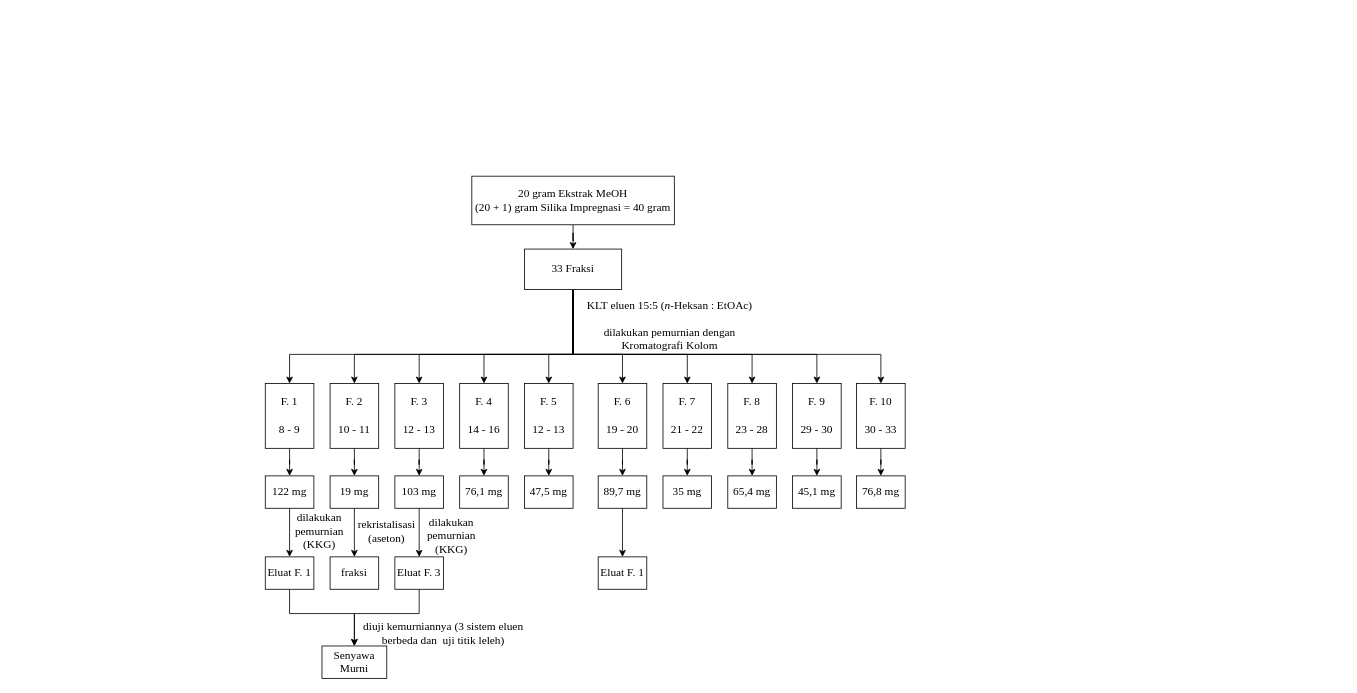
Before: debta.drawio in joeinus134131/OnlineDiagramProject, a draw.io diagram. Source tidied: cells renumbered, new cells numbered last; positions are measured from the earlier drawing's top-left corner, leaving out a move shared by most shapes. Both pictures are drawn from the tidied source at 81%, with x=0, y=0 at pixel (265, 176).
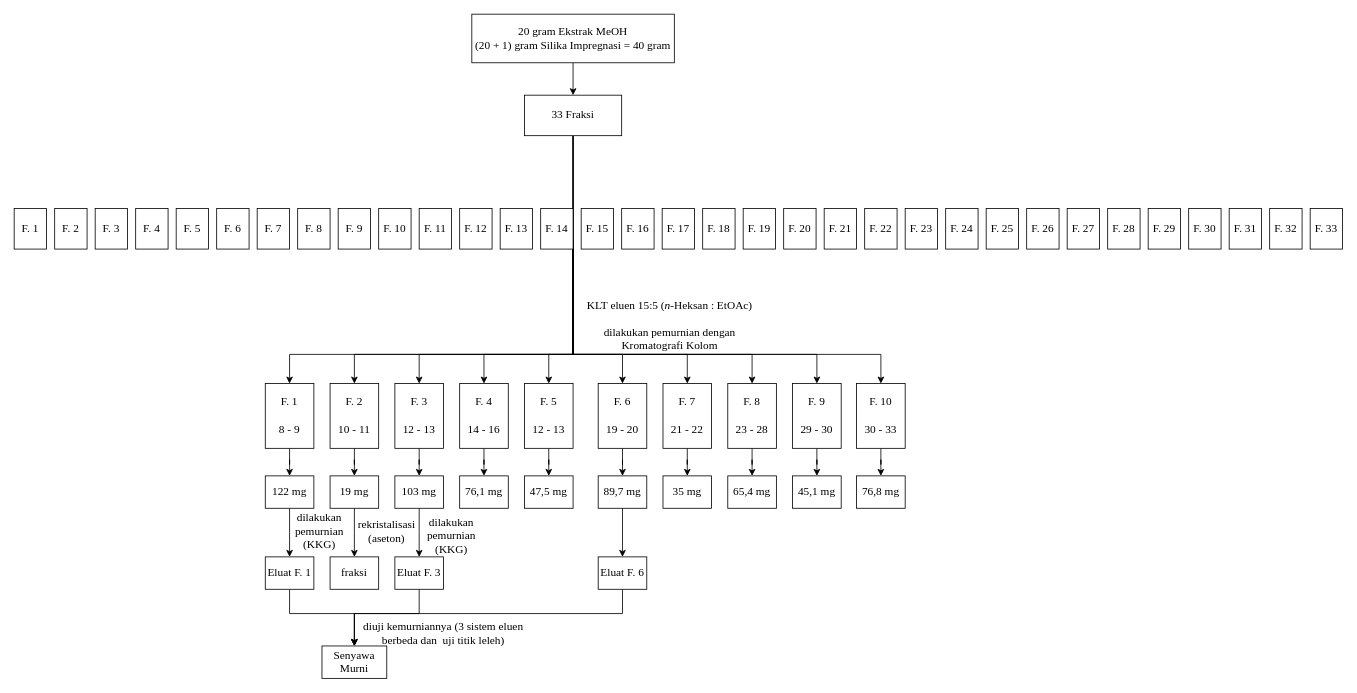
Above is the later version.

The change refers to these unchanged cells:
```xml
<mxCell id="17" value="F. 1&lt;br style=&quot;font-size: 14px&quot;&gt;&lt;br style=&quot;font-size: 14px&quot;&gt;8 - 9" style="rounded=0;whiteSpace=wrap;html=1;fontFamily=Times New Roman;fontSize=14;" parent="1" vertex="1">
  <mxGeometry y="256" width="60" height="80" as="geometry" />
</mxCell>
<mxCell id="23" value="F. 6&lt;br style=&quot;font-size: 14px&quot;&gt;&lt;br style=&quot;font-size: 14px&quot;&gt;19 - 20" style="rounded=0;whiteSpace=wrap;html=1;fontFamily=Times New Roman;fontSize=14;" parent="1" vertex="1">
  <mxGeometry x="411" y="256" width="60" height="80" as="geometry" />
</mxCell>
<mxCell id="25" value="F. 7&lt;br style=&quot;font-size: 14px&quot;&gt;&lt;br style=&quot;font-size: 14px&quot;&gt;21 - 22" style="rounded=0;whiteSpace=wrap;html=1;fontFamily=Times New Roman;fontSize=14;" parent="1" vertex="1">
  <mxGeometry x="491" y="256" width="60" height="80" as="geometry" />
</mxCell>
<mxCell id="27" value="F. 8&lt;br style=&quot;font-size: 14px&quot;&gt;&lt;br style=&quot;font-size: 14px&quot;&gt;23 - 28" style="rounded=0;whiteSpace=wrap;html=1;fontFamily=Times New Roman;fontSize=14;" parent="1" vertex="1">
  <mxGeometry x="571" y="256" width="60" height="80" as="geometry" />
</mxCell>
<mxCell id="29" value="F. 9&lt;br style=&quot;font-size: 14px&quot;&gt;&lt;br style=&quot;font-size: 14px&quot;&gt;29 - 30" style="rounded=0;whiteSpace=wrap;html=1;fontFamily=Times New Roman;fontSize=14;" parent="1" vertex="1">
  <mxGeometry x="651" y="256" width="60" height="80" as="geometry" />
</mxCell>
<mxCell id="31" value="F. 10&lt;br style=&quot;font-size: 14px&quot;&gt;&lt;br style=&quot;font-size: 14px&quot;&gt;30 - 33" style="rounded=0;whiteSpace=wrap;html=1;fontFamily=Times New Roman;fontSize=14;" parent="1" vertex="1">
  <mxGeometry x="730" y="256" width="60" height="80" as="geometry" />
</mxCell>
```

What changed in the source:
```diff
@@
     <mxCell id="3" value="20 gram Ekstrak MeOH&lt;br style=&quot;font-size: 14px&quot;&gt;(20 + 1) gram Silika Impregnasi = 40 gram" style="rounded=0;whiteSpace=wrap;html=1;fontFamily=Times New Roman;fontSize=14;" parent="1" vertex="1">
-      <mxGeometry x="255" width="250" height="60" as="geometry" />
+      <mxGeometry x="255" y="-200" width="250" height="60" as="geometry" />
     </mxCell>
@@
-    <mxCell id="8" style="edgeStyle=orthogonalEdgeStyle;rounded=0;jettySize=auto;html=1;entryX=0.5;entryY=0;entryDx=0;entryDy=0;fontFamily=Times New Roman;fontSize=14;" parent="1" edge="1" source="14" target="17">
+    <mxCell id="8" style="edgeStyle=orthogonalEdgeStyle;rounded=0;jettySize=auto;html=1;entryX=0.5;entryY=0;entryDx=0;entryDy=0;fontFamily=Times New Roman;fontSize=14;" parent="1" edge="1" target="17">
       <mxGeometry relative="1" as="geometry">
+        <mxPoint x="380" y="80" as="sourcePoint" />
         <Array as="points">
           <mxPoint x="380" y="220" />
           <mxPoint x="30" y="220" />
         </Array>
       </mxGeometry>
     </mxCell>
-    <mxCell id="9" style="edgeStyle=orthogonalEdgeStyle;rounded=0;jettySize=auto;html=1;entryX=0.5;entryY=0;entryDx=0;entryDy=0;fontFamily=Times New Roman;fontSize=14;" parent="1" edge="1" source="14" target="23">
+    <mxCell id="9" style="edgeStyle=orthogonalEdgeStyle;rounded=0;jettySize=auto;html=1;entryX=0.5;entryY=0;entryDx=0;entryDy=0;fontFamily=Times New Roman;fontSize=14;" parent="1" edge="1" target="23">
       <mxGeometry relative="1" as="geometry">
+        <mxPoint x="380" y="80" as="sourcePoint" />
         <Array as="points">
           <mxPoint x="380" y="220" />
           <mxPoint x="441" y="220" />
         </Array>
       </mxGeometry>
     </mxCell>
-    <mxCell id="10" style="edgeStyle=orthogonalEdgeStyle;rounded=0;jettySize=auto;html=1;fontFamily=Times New Roman;fontSize=14;" parent="1" edge="1" source="14" target="25">
+    <mxCell id="10" style="edgeStyle=orthogonalEdgeStyle;rounded=0;jettySize=auto;html=1;fontFamily=Times New Roman;fontSize=14;" parent="1" edge="1" target="25">
       <mxGeometry relative="1" as="geometry">
+        <mxPoint x="380" y="80" as="sourcePoint" />
         <Array as="points">
           <mxPoint x="380" y="220" />
           <mxPoint x="521" y="220" />
         </Array>
       </mxGeometry>
     </mxCell>
-    <mxCell id="11" style="edgeStyle=orthogonalEdgeStyle;rounded=0;jettySize=auto;html=1;fontFamily=Times New Roman;fontSize=14;" parent="1" edge="1" source="14" target="27">
+    <mxCell id="11" style="edgeStyle=orthogonalEdgeStyle;rounded=0;jettySize=auto;html=1;fontFamily=Times New Roman;fontSize=14;" parent="1" edge="1" target="27">
       <mxGeometry relative="1" as="geometry">
+        <mxPoint x="380" y="90" as="sourcePoint" />
         <Array as="points">
           <mxPoint x="380" y="220" />
           <mxPoint x="601" y="220" />
         </Array>
       </mxGeometry>
     </mxCell>
-    <mxCell id="12" style="edgeStyle=orthogonalEdgeStyle;rounded=0;jettySize=auto;html=1;fontFamily=Times New Roman;fontSize=14;" parent="1" edge="1" source="14" target="29">
+    <mxCell id="12" style="edgeStyle=orthogonalEdgeStyle;rounded=0;jettySize=auto;html=1;fontFamily=Times New Roman;fontSize=14;" parent="1" edge="1" target="29">
       <mxGeometry relative="1" as="geometry">
+        <mxPoint x="380" y="90" as="sourcePoint" />
         <Array as="points">
           <mxPoint x="380" y="220" />
           <mxPoint x="681" y="220" />
         </Array>
       </mxGeometry>
     </mxCell>
-    <mxCell id="13" style="edgeStyle=orthogonalEdgeStyle;rounded=0;jettySize=auto;html=1;entryX=0.5;entryY=0;entryDx=0;entryDy=0;fontFamily=Times New Roman;fontSize=14;" parent="1" edge="1" source="14" target="31">
+    <mxCell id="13" style="edgeStyle=orthogonalEdgeStyle;rounded=0;jettySize=auto;html=1;entryX=0.5;entryY=0;entryDx=0;entryDy=0;fontFamily=Times New Roman;fontSize=14;" parent="1" edge="1" target="31">
       <mxGeometry relative="1" as="geometry">
+        <mxPoint x="380" y="130" as="sourcePoint" />
         <Array as="points">
           <mxPoint x="380" y="220" />
           <mxPoint x="760" y="220" />
         </Array>
       </mxGeometry>
     </mxCell>
     <mxCell id="14" value="33 Fraksi" style="rounded=0;whiteSpace=wrap;html=1;fontFamily=Times New Roman;fontSize=14;" parent="1" vertex="1">
-      <mxGeometry x="320" y="90" width="120" height="50" as="geometry" />
+      <mxGeometry x="320" y="-100" width="120" height="50" as="geometry" />
     </mxCell>
@@
+    <mxCell id="61" style="edgeStyle=orthogonalEdgeStyle;rounded=0;jettySize=auto;html=1;" parent="1" edge="1" source="60">
+      <mxGeometry relative="1" as="geometry">
+        <mxPoint x="110" y="580" as="targetPoint" />
+        <Array as="points">
+          <mxPoint x="441" y="540" />
+          <mxPoint x="110" y="540" />
+        </Array>
+      </mxGeometry>
+    </mxCell>
-    <mxCell id="60" value="Eluat F. 1" style="rounded=0;whiteSpace=wrap;html=1;fontFamily=Times New Roman;fontSize=14;" parent="1" vertex="1">
+    <mxCell id="60" value="Eluat F. 6" style="rounded=0;whiteSpace=wrap;html=1;fontFamily=Times New Roman;fontSize=14;" parent="1" vertex="1">
       <mxGeometry x="411" y="470" width="60" height="40" as="geometry" />
     </mxCell>
+    <mxCell id="62" value="F. 11" style="rounded=0;whiteSpace=wrap;html=1;fontFamily=Times New Roman;fontSize=14;" parent="1" vertex="1">
+      <mxGeometry x="190" y="40" width="40" height="50" as="geometry" />
+    </mxCell>
+    <mxCell id="63" value="F. 12" style="rounded=0;whiteSpace=wrap;html=1;fontFamily=Times New Roman;fontSize=14;" parent="1" vertex="1">
+      <mxGeometry x="240" y="40" width="40" height="50" as="geometry" />
+    </mxCell>
+    <mxCell id="64" value="F. 5" style="rounded=0;whiteSpace=wrap;html=1;fontFamily=Times New Roman;fontSize=14;" parent="1" vertex="1">
+      <mxGeometry x="-110" y="40" width="40" height="50" as="geometry" />
+    </mxCell>
+    <mxCell id="65" value="F. 6" style="rounded=0;whiteSpace=wrap;html=1;fontFamily=Times New Roman;fontSize=14;" parent="1" vertex="1">
+      <mxGeometry x="-60" y="40" width="40" height="50" as="geometry" />
+    </mxCell>
+    <mxCell id="66" value="F. 7" style="rounded=0;whiteSpace=wrap;html=1;fontFamily=Times New Roman;fontSize=14;" parent="1" vertex="1">
+      <mxGeometry x="-10" y="40" width="40" height="50" as="geometry" />
+    </mxCell>
+    <mxCell id="67" value="F. 8" style="rounded=0;whiteSpace=wrap;html=1;fontFamily=Times New Roman;fontSize=14;" parent="1" vertex="1">
+      <mxGeometry x="40" y="40" width="40" height="50" as="geometry" />
+    </mxCell>
+    <mxCell id="68" value="F. 9" style="rounded=0;whiteSpace=wrap;html=1;fontFamily=Times New Roman;fontSize=14;" parent="1" vertex="1">
+      <mxGeometry x="90" y="40" width="40" height="50" as="geometry" />
+    </mxCell>
+    <mxCell id="69" value="F. 10" style="rounded=0;whiteSpace=wrap;html=1;fontFamily=Times New Roman;fontSize=14;" parent="1" vertex="1">
+      <mxGeometry x="140" y="40" width="40" height="50" as="geometry" />
+    </mxCell>
+    <mxCell id="70" value="F. 13" style="rounded=0;whiteSpace=wrap;html=1;fontFamily=Times New Roman;fontSize=14;" parent="1" vertex="1">
+      <mxGeometry x="290" y="40" width="40" height="50" as="geometry" />
+    </mxCell>
+    <mxCell id="71" value="F. 4" style="rounded=0;whiteSpace=wrap;html=1;fontFamily=Times New Roman;fontSize=14;" parent="1" vertex="1">
+      <mxGeometry x="-160" y="40" width="40" height="50" as="geometry" />
+    </mxCell>
+    <mxCell id="72" value="F. 21" style="rounded=0;whiteSpace=wrap;html=1;fontFamily=Times New Roman;fontSize=14;" parent="1" vertex="1">
+      <mxGeometry x="690" y="40" width="40" height="50" as="geometry" />
+    </mxCell>
+    <mxCell id="73" value="F. 22" style="rounded=0;whiteSpace=wrap;html=1;fontFamily=Times New Roman;fontSize=14;" parent="1" vertex="1">
+      <mxGeometry x="740" y="40" width="40" height="50" as="geometry" />
+    </mxCell>
+    <mxCell id="74" value="F. 15" style="rounded=0;whiteSpace=wrap;html=1;fontFamily=Times New Roman;fontSize=14;" parent="1" vertex="1">
+      <mxGeometry x="390" y="40" width="40" height="50" as="geometry" />
+    </mxCell>
+    <mxCell id="75" value="F. 16" style="rounded=0;whiteSpace=wrap;html=1;fontFamily=Times New Roman;fontSize=14;" parent="1" vertex="1">
+      <mxGeometry x="440" y="40" width="40" height="50" as="geometry" />
+    </mxCell>
+    <mxCell id="76" value="F. 17" style="rounded=0;whiteSpace=wrap;html=1;fontFamily=Times New Roman;fontSize=14;" parent="1" vertex="1">
+      <mxGeometry x="490" y="40" width="40" height="50" as="geometry" />
+    </mxCell>
+    <mxCell id="77" value="F. 18" style="rounded=0;whiteSpace=wrap;html=1;fontFamily=Times New Roman;fontSize=14;" parent="1" vertex="1">
+      <mxGeometry x="540" y="40" width="40" height="50" as="geometry" />
+    </mxCell>
+    <mxCell id="78" value="F. 19" style="rounded=0;whiteSpace=wrap;html=1;fontFamily=Times New Roman;fontSize=14;" parent="1" vertex="1">
+      <mxGeometry x="590" y="40" width="40" height="50" as="geometry" />
+    </mxCell>
+    <mxCell id="79" value="F. 20" style="rounded=0;whiteSpace=wrap;html=1;fontFamily=Times New Roman;fontSize=14;" parent="1" vertex="1">
+      <mxGeometry x="640" y="40" width="40" height="50" as="geometry" />
+    </mxCell>
+    <mxCell id="80" value="F. 23" style="rounded=0;whiteSpace=wrap;html=1;fontFamily=Times New Roman;fontSize=14;" parent="1" vertex="1">
+      <mxGeometry x="790" y="40" width="40" height="50" as="geometry" />
+    </mxCell>
+    <mxCell id="81" value="F. 14" style="rounded=0;whiteSpace=wrap;html=1;fontFamily=Times New Roman;fontSize=14;" parent="1" vertex="1">
+      <mxGeometry x="340" y="40" width="40" height="50" as="geometry" />
+    </mxCell>
+    <mxCell id="82" value="F. 31" style="rounded=0;whiteSpace=wrap;html=1;fontFamily=Times New Roman;fontSize=14;" parent="1" vertex="1">
+      <mxGeometry x="1190" y="40" width="40" height="50" as="geometry" />
+    </mxCell>
+    <mxCell id="83" value="F. 32" style="rounded=0;whiteSpace=wrap;html=1;fontFamily=Times New Roman;fontSize=14;" parent="1" vertex="1">
+      <mxGeometry x="1240" y="40" width="40" height="50" as="geometry" />
+    </mxCell>
+    <mxCell id="84" value="F. 25" style="rounded=0;whiteSpace=wrap;html=1;fontFamily=Times New Roman;fontSize=14;" parent="1" vertex="1">
+      <mxGeometry x="890" y="40" width="40" height="50" as="geometry" />
+    </mxCell>
+    <mxCell id="85" value="F. 26" style="rounded=0;whiteSpace=wrap;html=1;fontFamily=Times New Roman;fontSize=14;" parent="1" vertex="1">
+      <mxGeometry x="940" y="40" width="40" height="50" as="geometry" />
+    </mxCell>
+    <mxCell id="86" value="F. 27" style="rounded=0;whiteSpace=wrap;html=1;fontFamily=Times New Roman;fontSize=14;" parent="1" vertex="1">
+      <mxGeometry x="990" y="40" width="40" height="50" as="geometry" />
+    </mxCell>
+    <mxCell id="87" value="F. 28" style="rounded=0;whiteSpace=wrap;html=1;fontFamily=Times New Roman;fontSize=14;" parent="1" vertex="1">
+      <mxGeometry x="1040" y="40" width="40" height="50" as="geometry" />
+    </mxCell>
+    <mxCell id="88" value="F. 29" style="rounded=0;whiteSpace=wrap;html=1;fontFamily=Times New Roman;fontSize=14;" parent="1" vertex="1">
+      <mxGeometry x="1090" y="40" width="40" height="50" as="geometry" />
+    </mxCell>
+    <mxCell id="89" value="F. 30" style="rounded=0;whiteSpace=wrap;html=1;fontFamily=Times New Roman;fontSize=14;" parent="1" vertex="1">
+      <mxGeometry x="1140" y="40" width="40" height="50" as="geometry" />
+    </mxCell>
+    <mxCell id="90" value="F. 33" style="rounded=0;whiteSpace=wrap;html=1;fontFamily=Times New Roman;fontSize=14;" parent="1" vertex="1">
+      <mxGeometry x="1290" y="40" width="40" height="50" as="geometry" />
+    </mxCell>
+    <mxCell id="91" value="F. 24" style="rounded=0;whiteSpace=wrap;html=1;fontFamily=Times New Roman;fontSize=14;" parent="1" vertex="1">
+      <mxGeometry x="840" y="40" width="40" height="50" as="geometry" />
+    </mxCell>
+    <mxCell id="92" value="F. 2" style="rounded=0;whiteSpace=wrap;html=1;fontFamily=Times New Roman;fontSize=14;" parent="1" vertex="1">
+      <mxGeometry x="-260" y="40" width="40" height="50" as="geometry" />
+    </mxCell>
+    <mxCell id="93" value="F. 3" style="rounded=0;whiteSpace=wrap;html=1;fontFamily=Times New Roman;fontSize=14;" parent="1" vertex="1">
+      <mxGeometry x="-210" y="40" width="40" height="50" as="geometry" />
+    </mxCell>
+    <mxCell id="94" value="F. 1" style="rounded=0;whiteSpace=wrap;html=1;fontFamily=Times New Roman;fontSize=14;" parent="1" vertex="1">
+      <mxGeometry x="-310" y="40" width="40" height="50" as="geometry" />
+    </mxCell>
```
